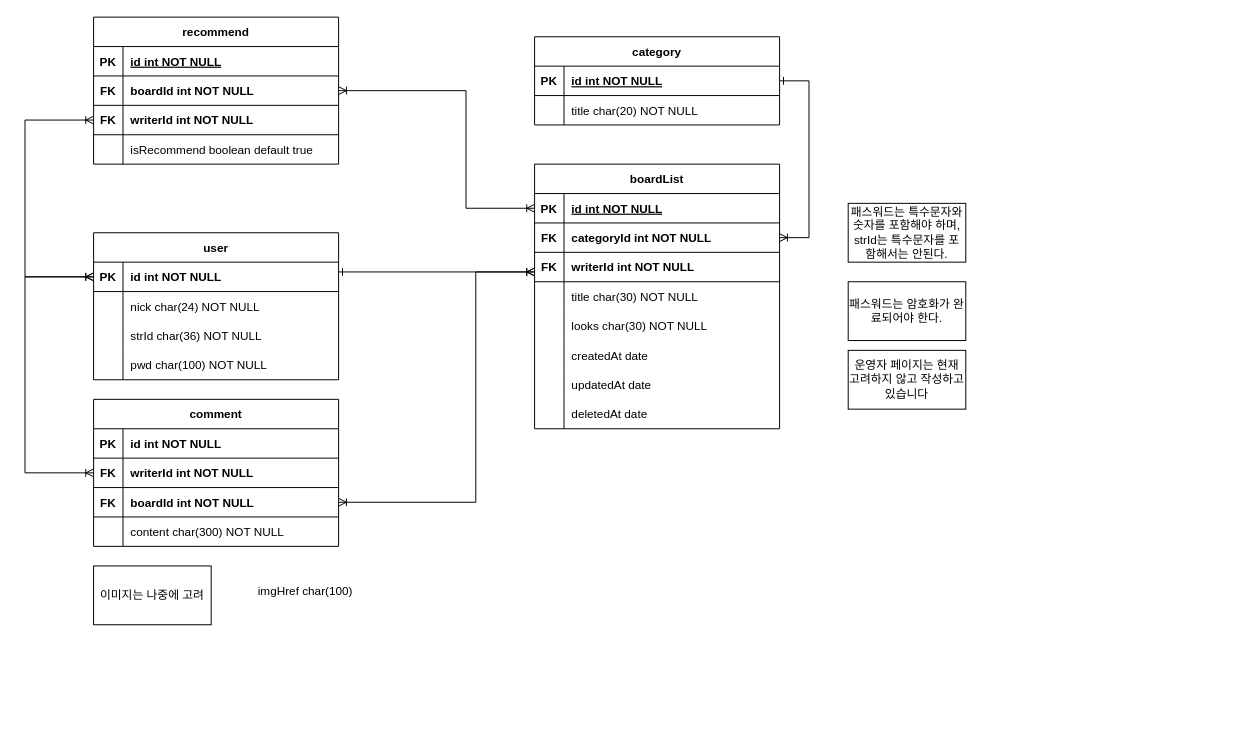
web5-kimgangmoon/personalFreeStudy_next keeps this draw.io diagram as board_diagram.drawio. Above is the earlier version. Source tidied: cells renumbered, new cells numbered last; positions are measured from the earlier drawing's top-left corner, leaving out a move shared by most shapes. Both pictures are drawn from the tidied source at 98%, with x=0, y=0 at pixel (24, 17).
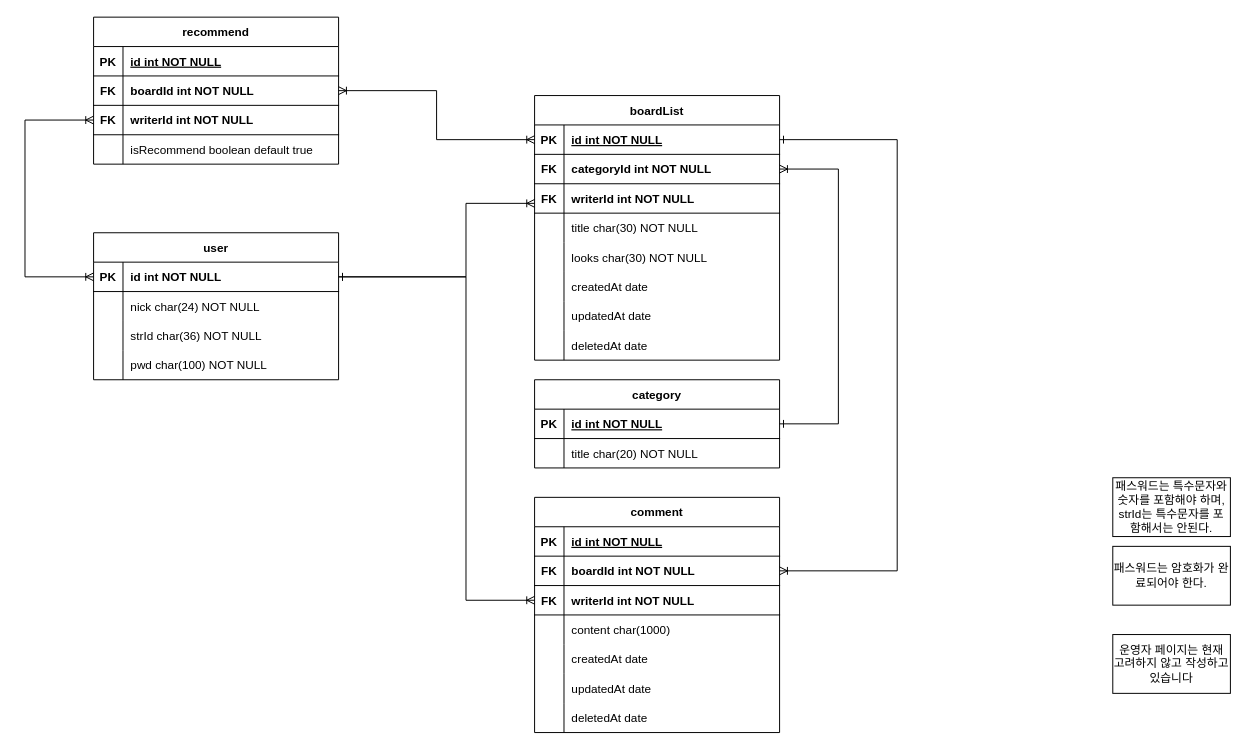
The same page after the edit.

The change refers to these unchanged cells:
```xml
<mxCell id="6" style="shape=partialRectangle;fillColor=none;points=[[0,0.5],[1,0.5]];portConstraint=eastwest;top=0;left=0;right=0;bottom=1;" parent="2" vertex="1">
  <mxGeometry y="60" width="250" height="30" as="geometry" />
</mxCell>
<mxCell id="16" style="shape=partialRectangle;fillColor=none;points=[[0,0.5],[1,0.5]];portConstraint=eastwest;top=0;left=0;right=0;bottom=1;" parent="15" vertex="1">
  <mxGeometry y="30" width="250" height="30" as="geometry" />
</mxCell>
<mxCell id="29" style="shape=partialRectangle;fillColor=none;points=[[0,0.5],[1,0.5]];portConstraint=eastwest;top=0;left=0;right=0;bottom=1;" parent="28" vertex="1">
  <mxGeometry y="30" width="250" height="30" as="geometry" />
</mxCell>
<mxCell id="32" style="shape=partialRectangle;fillColor=none;points=[[0,0.5],[1,0.5]];portConstraint=eastwest;top=0;left=0;right=0;bottom=1;" parent="28" vertex="1">
  <mxGeometry y="60" width="250" height="30" as="geometry" />
</mxCell>
<mxCell id="35" style="shape=partialRectangle;fillColor=none;points=[[0,0.5],[1,0.5]];portConstraint=eastwest;top=0;left=0;right=0;bottom=1;" parent="28" vertex="1">
  <mxGeometry y="90" width="250" height="30" as="geometry" />
</mxCell>
<mxCell id="54" style="shape=partialRectangle;fillColor=none;points=[[0,0.5],[1,0.5]];portConstraint=eastwest;top=0;left=0;right=0;bottom=1;" parent="53" vertex="1">
  <mxGeometry y="30" width="250" height="30" as="geometry" />
</mxCell>
<mxCell id="68" style="shape=partialRectangle;fillColor=none;top=0;left=0;right=0;bottom=1;" parent="67" vertex="1">
  <mxGeometry y="30" width="250" height="30" as="geometry" />
</mxCell>
<mxCell id="71" style="shape=partialRectangle;fillColor=none;points=[[0,0.5],[1,0.5]];portConstraint=eastwest;top=0;left=0;right=0;bottom=1;" parent="67" vertex="1">
  <mxGeometry y="60" width="250" height="30" as="geometry" />
</mxCell>
<mxCell id="77" style="shape=partialRectangle;fillColor=none;top=0;left=0;right=0;bottom=0;" parent="67" vertex="1">
  <mxGeometry y="120" width="250" height="30" as="geometry" />
</mxCell>
```

What changed in the source:
```diff
@@
     <mxCell id="28" value="boardList" style="shape=table;startSize=30;childLayout=tableLayout;rowLines=0;fontStyle=1;align=center;" parent="1" vertex="1">
-      <mxGeometry x="520" y="150" width="250" height="270" as="geometry" />
+      <mxGeometry x="520" y="80" width="250" height="270" as="geometry" />
     </mxCell>
@@
     <mxCell id="53" value="category" style="shape=table;startSize=30;childLayout=tableLayout;rowLines=0;fontStyle=1;align=center;" parent="1" vertex="1">
-      <mxGeometry x="520" y="20" width="250" height="90" as="geometry" />
+      <mxGeometry x="520" y="370" width="250" height="90" as="geometry" />
     </mxCell>
@@
     <mxCell id="60" value="패스워드는 암호화가 완료되어야 한다." style="rounded=0;whiteSpace=wrap;html=1;" parent="1" vertex="1">
-      <mxGeometry x="840" y="270" width="120" height="60" as="geometry" />
+      <mxGeometry x="1110" y="540" width="120" height="60" as="geometry" />
     </mxCell>
     <mxCell id="61" value="패스워드는 특수문자와 숫자를 포함해야 하며, strId는 특수문자를 포함해서는 안된다." style="rounded=0;whiteSpace=wrap;html=1;" parent="1" vertex="1">
-      <mxGeometry x="840" y="190" width="120" height="60" as="geometry" />
+      <mxGeometry x="1110" y="470" width="120" height="60" as="geometry" />
     </mxCell>
     <mxCell id="62" value="운영자 페이지는 현재 고려하지 않고 작성하고 있습니다" style="rounded=0;whiteSpace=wrap;html=1;" parent="1" vertex="1">
-      <mxGeometry x="840" y="340" width="120" height="60" as="geometry" />
+      <mxGeometry x="1110" y="630" width="120" height="60" as="geometry" />
     </mxCell>
-    <mxCell id="63" style="edgeStyle=elbowEdgeStyle;rounded=0;jettySize=auto;html=1;endArrow=ERoneToMany;endFill=0;startArrow=ERone;startFill=0;" parent="1" edge="1" source="16" target="35">
+    <mxCell id="63" style="edgeStyle=elbowEdgeStyle;rounded=0;orthogonalLoop=1;jettySize=auto;html=1;endArrow=ERoneToMany;endFill=0;startArrow=ERone;startFill=0;" parent="1" edge="1">
       <mxGeometry relative="1" as="geometry">
+        <mxPoint x="320" y="265" as="sourcePoint" />
+        <mxPoint x="520" y="190" as="targetPoint" />
         <Array as="points">
-          <mxPoint x="450" y="260" />
-          <mxPoint x="380" y="220" />
+          <mxPoint x="450" y="265" />
+          <mxPoint x="380" y="225" />
         </Array>
       </mxGeometry>
     </mxCell>
     <mxCell id="64" style="edgeStyle=elbowEdgeStyle;rounded=0;jettySize=auto;html=1;endArrow=ERoneToMany;endFill=0;startArrow=ERone;startFill=0;" parent="1" edge="1" source="54" target="32">
       <mxGeometry relative="1" as="geometry">
         <Array as="points">
-          <mxPoint x="800" y="170" />
+          <mxPoint x="830" y="310" />
           <mxPoint x="360" y="100" />
         </Array>
       </mxGeometry>
     </mxCell>
@@
     <mxCell id="66" style="edgeStyle=elbowEdgeStyle;rounded=0;jettySize=auto;html=1;endArrow=ERoneToMany;endFill=0;startArrow=ERoneToMany;startFill=0;" parent="1" edge="1" source="29" target="6">
       <mxGeometry relative="1" as="geometry">
         <Array as="points">
-          <mxPoint x="450" y="170" />
+          <mxPoint x="420" y="100" />
           <mxPoint x="400" y="240" />
         </Array>
       </mxGeometry>
     </mxCell>
     <mxCell id="67" value="comment" style="shape=table;startSize=30;childLayout=tableLayout;rowLines=0;fontStyle=1;align=center;" parent="1" vertex="1">
-      <mxGeometry x="70" y="390" width="250" height="150" as="geometry" />
+      <mxGeometry x="520" y="490" width="250" height="240" as="geometry" />
     </mxCell>
@@
-    <mxCell id="70" value="id int NOT NULL " style="shape=partialRectangle;overflow=hidden;fillColor=none;top=0;left=0;bottom=0;right=0;align=left;spacingLeft=6;fontStyle=1;" parent="68" vertex="1">
+    <mxCell id="70" value="id int NOT NULL " style="shape=partialRectangle;overflow=hidden;fillColor=none;top=0;left=0;bottom=0;right=0;align=left;spacingLeft=6;fontStyle=5;" parent="68" vertex="1">
       <mxGeometry x="30" width="220" height="30" as="geometry" />
     </mxCell>
@@
-    <mxCell id="72" value="FK" style="shape=partialRectangle;overflow=hidden;fillColor=none;top=0;left=0;bottom=0;right=0;fontStyle=1;" parent="71" vertex="1">
-      <mxGeometry width="30" height="30" as="geometry" />
-    </mxCell>
+    <mxCell id="86" value="FK" style="shape=partialRectangle;overflow=hidden;fillColor=none;top=0;left=0;bottom=0;right=0;fontStyle=1;" parent="71" vertex="1">
+      <mxGeometry width="30" height="30" as="geometry" />
+    </mxCell>
+    <mxCell id="76" value="boardId int NOT NULL" style="shape=partialRectangle;overflow=hidden;fillColor=none;top=0;left=0;bottom=0;right=0;align=left;spacingLeft=6;fontStyle=1;" parent="71" vertex="1">
+      <mxGeometry x="30" width="220" height="30" as="geometry" />
+    </mxCell>
+    <mxCell id="74" style="shape=partialRectangle;fillColor=none;points=[[0,0.5],[1,0.5]];portConstraint=eastwest;top=0;left=0;right=0;bottom=1;" parent="67" vertex="1">
+      <mxGeometry y="90" width="250" height="30" as="geometry" />
+    </mxCell>
+    <mxCell id="87" value="FK" style="shape=partialRectangle;overflow=hidden;fillColor=none;top=0;left=0;bottom=0;right=0;fontStyle=1;" parent="74" vertex="1">
+      <mxGeometry width="30" height="30" as="geometry" />
+    </mxCell>
-    <mxCell id="73" value="writerId int NOT NULL " style="shape=partialRectangle;overflow=hidden;fillColor=none;top=0;left=0;bottom=0;right=0;align=left;spacingLeft=6;fontStyle=1;" parent="71" vertex="1">
+    <mxCell id="73" value="writerId int NOT NULL" style="shape=partialRectangle;overflow=hidden;fillColor=none;top=0;left=0;bottom=0;right=0;align=left;spacingLeft=6;fontStyle=1;" parent="74" vertex="1">
       <mxGeometry x="30" width="220" height="30" as="geometry" />
     </mxCell>
-    <mxCell id="74" style="shape=partialRectangle;fillColor=none;points=[[0,0.5],[1,0.5]];portConstraint=eastwest;top=0;left=0;right=0;bottom=1;" parent="67" vertex="1">
-      <mxGeometry y="90" width="250" height="30" as="geometry" />
-    </mxCell>
-    <mxCell id="75" value="FK" style="shape=partialRectangle;overflow=hidden;fillColor=none;top=0;left=0;bottom=0;right=0;fontStyle=1;" parent="74" vertex="1">
-      <mxGeometry width="30" height="30" as="geometry" />
-    </mxCell>
-    <mxCell id="76" value="boardId int NOT NULL " style="shape=partialRectangle;overflow=hidden;fillColor=none;top=0;left=0;bottom=0;right=0;align=left;spacingLeft=6;fontStyle=1;" parent="74" vertex="1">
-      <mxGeometry x="30" width="220" height="30" as="geometry" />
-    </mxCell>
@@
-    <mxCell id="78" style="shape=partialRectangle;overflow=hidden;fillColor=none;top=0;left=0;bottom=0;right=0;" parent="77" vertex="1">
-      <mxGeometry width="30" height="30" as="geometry" />
-    </mxCell>
-    <mxCell id="79" value="content char(300) NOT NULL" style="shape=partialRectangle;overflow=hidden;fillColor=none;top=0;left=0;bottom=0;right=0;align=left;spacingLeft=6;" parent="77" vertex="1">
-      <mxGeometry x="30" width="220" height="30" as="geometry" />
-    </mxCell>
-    <mxCell id="80" value="이미지는 나중에 고려" style="rounded=0;whiteSpace=wrap;html=1;" parent="1" vertex="1">
-      <mxGeometry x="70" y="560" width="120" height="60" as="geometry" />
-    </mxCell>
-    <mxCell id="81" style="shape=partialRectangle;fillColor=none;top=0;left=0;right=0;bottom=0;" parent="1" vertex="1">
-      <mxGeometry x="200" y="570" width="250" height="30" as="geometry" />
-    </mxCell>
-    <mxCell id="82" style="shape=partialRectangle;overflow=hidden;fillColor=none;top=0;left=0;bottom=0;right=0;" parent="81" vertex="1">
-      <mxGeometry width="30" height="30" as="geometry" />
-    </mxCell>
-    <mxCell id="83" value="imgHref char(100) " style="shape=partialRectangle;overflow=hidden;fillColor=none;top=0;left=0;bottom=0;right=0;align=left;spacingLeft=6;" parent="81" vertex="1">
-      <mxGeometry x="30" width="220" height="30" as="geometry" />
-    </mxCell>
-    <mxCell id="84" style="edgeStyle=elbowEdgeStyle;rounded=0;jettySize=auto;html=1;endArrow=ERoneToMany;endFill=0;startArrow=ERoneToMany;startFill=0;" parent="1" edge="1" source="74">
-      <mxGeometry relative="1" as="geometry">
-        <mxPoint x="520" y="260" as="targetPoint" />
-        <Array as="points">
-          <mxPoint x="460" y="260" />
-          <mxPoint x="390" y="220" />
-        </Array>
-      </mxGeometry>
-    </mxCell>
-    <mxCell id="85" style="edgeStyle=elbowEdgeStyle;rounded=0;jettySize=auto;html=1;endArrow=ERoneToMany;endFill=0;startArrow=ERoneToMany;startFill=0;" parent="1" edge="1" source="71" target="16">
-      <mxGeometry relative="1" as="geometry">
-        <Array as="points">
-          <mxPoint y="330" />
-          <mxPoint x="400" y="230" />
-        </Array>
-      </mxGeometry>
-    </mxCell>
+    <mxCell id="88" style="shape=partialRectangle;overflow=hidden;fillColor=none;top=0;left=0;bottom=0;right=0;" parent="77" vertex="1">
+      <mxGeometry width="30" height="30" as="geometry" />
+    </mxCell>
+    <mxCell id="89" value="content char(1000)" style="shape=partialRectangle;overflow=hidden;fillColor=none;top=0;left=0;bottom=0;right=0;align=left;spacingLeft=6;" parent="77" vertex="1">
+      <mxGeometry x="30" width="220" height="30" as="geometry" />
+    </mxCell>
+    <mxCell id="90" style="shape=partialRectangle;fillColor=none;top=0;left=0;right=0;bottom=0;" parent="67" vertex="1">
+      <mxGeometry y="150" width="250" height="30" as="geometry" />
+    </mxCell>
+    <mxCell id="91" style="shape=partialRectangle;overflow=hidden;fillColor=none;top=0;left=0;bottom=0;right=0;" parent="90" vertex="1">
+      <mxGeometry width="30" height="30" as="geometry" />
+    </mxCell>
+    <mxCell id="92" value="createdAt date" style="shape=partialRectangle;overflow=hidden;fillColor=none;top=0;left=0;bottom=0;right=0;align=left;spacingLeft=6;" parent="90" vertex="1">
+      <mxGeometry x="30" width="220" height="30" as="geometry" />
+    </mxCell>
+    <mxCell id="93" style="shape=partialRectangle;fillColor=none;top=0;left=0;right=0;bottom=0;" parent="67" vertex="1">
+      <mxGeometry y="180" width="250" height="30" as="geometry" />
+    </mxCell>
+    <mxCell id="94" style="shape=partialRectangle;overflow=hidden;fillColor=none;top=0;left=0;bottom=0;right=0;" parent="93" vertex="1">
+      <mxGeometry width="30" height="30" as="geometry" />
+    </mxCell>
+    <mxCell id="95" value="updatedAt date" style="shape=partialRectangle;overflow=hidden;fillColor=none;top=0;left=0;bottom=0;right=0;align=left;spacingLeft=6;" parent="93" vertex="1">
+      <mxGeometry x="30" width="220" height="30" as="geometry" />
+    </mxCell>
+    <mxCell id="96" style="shape=partialRectangle;fillColor=none;top=0;left=0;right=0;bottom=0;" parent="67" vertex="1">
+      <mxGeometry y="210" width="250" height="30" as="geometry" />
+    </mxCell>
+    <mxCell id="97" style="shape=partialRectangle;overflow=hidden;fillColor=none;top=0;left=0;bottom=0;right=0;" parent="96" vertex="1">
+      <mxGeometry width="30" height="30" as="geometry" />
+    </mxCell>
+    <mxCell id="98" value="deletedAt date" style="shape=partialRectangle;overflow=hidden;fillColor=none;top=0;left=0;bottom=0;right=0;align=left;spacingLeft=6;" parent="96" vertex="1">
+      <mxGeometry x="30" width="220" height="30" as="geometry" />
+    </mxCell>
+    <mxCell id="99" style="edgeStyle=elbowEdgeStyle;rounded=0;jettySize=auto;html=1;endArrow=ERoneToMany;endFill=0;startArrow=ERone;startFill=0;" parent="1" edge="1" source="29" target="71">
+      <mxGeometry relative="1" as="geometry">
+        <Array as="points">
+          <mxPoint x="890" y="430" />
+          <mxPoint x="390" y="230" />
+        </Array>
+      </mxGeometry>
+    </mxCell>
+    <mxCell id="100" style="edgeStyle=elbowEdgeStyle;rounded=0;jettySize=auto;html=1;endArrow=ERoneToMany;endFill=0;startArrow=ERone;startFill=0;entryX=0;entryY=0.5;entryDx=0;entryDy=0;" parent="1" edge="1" source="16" target="74">
+      <mxGeometry relative="1" as="geometry">
+        <Array as="points">
+          <mxPoint x="450" y="440" />
+          <mxPoint x="400" y="240" />
+        </Array>
+      </mxGeometry>
+    </mxCell>
```
